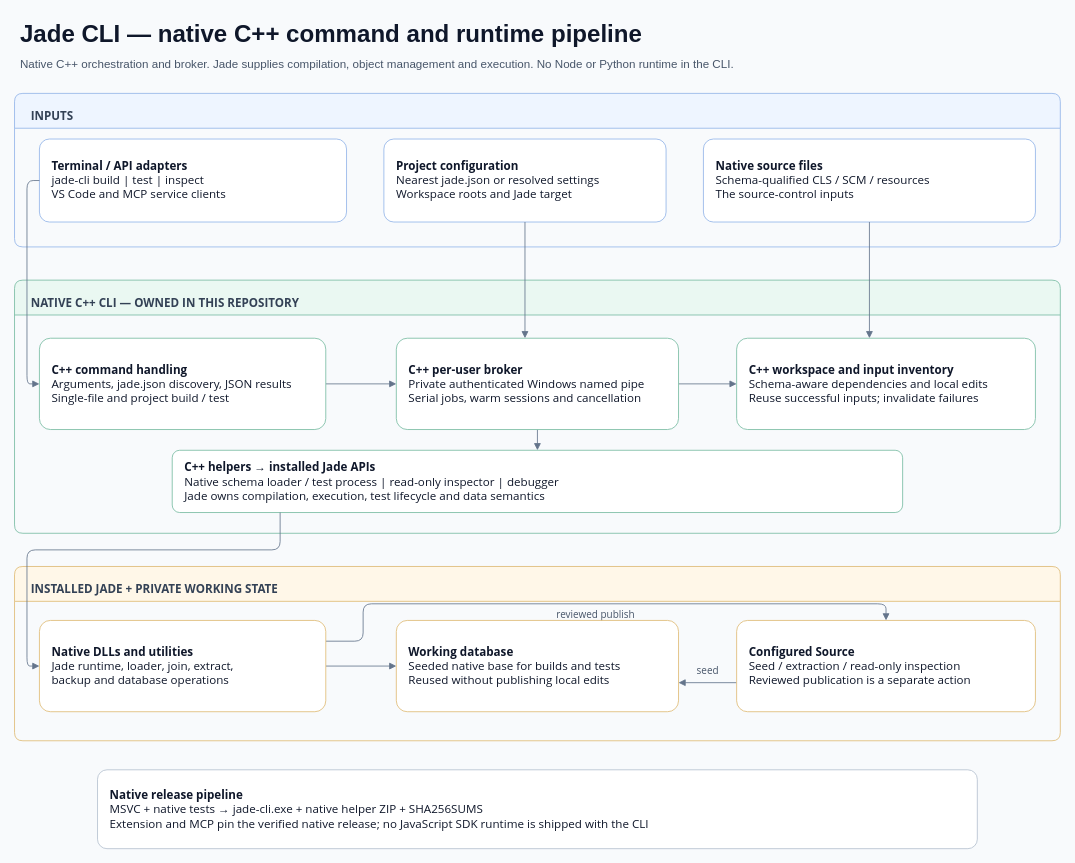
darrenhull/Jade-CLI keeps this draw.io diagram as docs/architecture.drawio. Above is the earlier version. Source tidied: cells renumbered, new cells numbered last; positions are measured from the earlier drawing's top-left corner, leaving out a move shared by most shapes. Both pictures are drawn from the tidied source at 83%, with x=0, y=0 at pixel (14, 14).
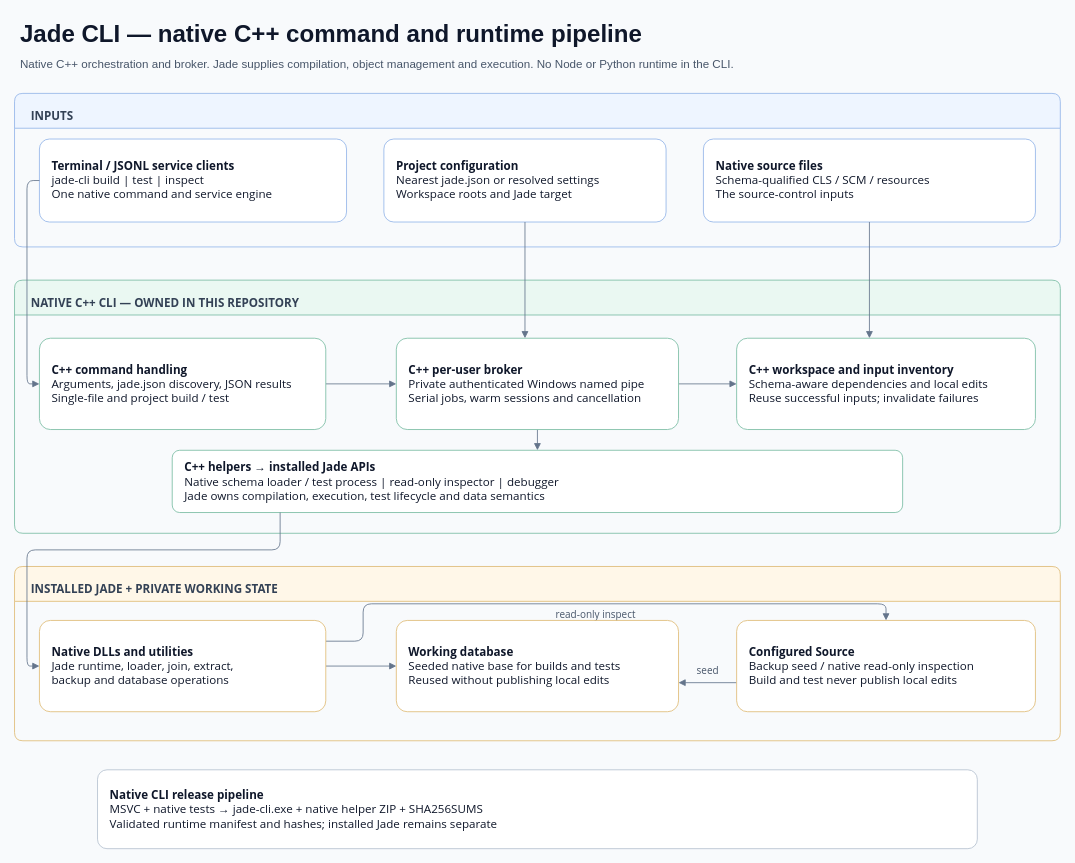
After the change.

Unchanged cells that the change refers to:
```xml
<mxCell id="4" value="INPUTS" style="swimlane;startSize=42;horizontal=1;rounded=1;arcSize=8;html=1;verticalAlign=middle;align=left;spacingTop=14;spacingLeft=18;fontSize=14;fontStyle=1;fontColor=#334155;fillColor=#eef5ff;strokeColor=#93b4e8;fontFamily=Segoe UI;" parent="1" vertex="1">
  <mxGeometry y="95" width="1260" height="185" as="geometry" />
</mxCell>
<mxCell id="6" value="INSTALLED JADE + PRIVATE WORKING STATE" style="swimlane;startSize=42;horizontal=1;rounded=1;arcSize=8;html=1;verticalAlign=middle;align=left;spacingTop=14;spacingLeft=18;fontSize=14;fontStyle=1;fontColor=#334155;fillColor=#fff7e8;strokeColor=#dfbb74;fontFamily=Segoe UI;" parent="1" vertex="1">
  <mxGeometry y="665" width="1260" height="210" as="geometry" />
</mxCell>
<mxCell id="24" value="&lt;b&gt;Native DLLs and utilities&lt;/b&gt;&lt;br&gt;Jade runtime, loader, join, extract,&lt;br&gt;backup and database operations" style="rounded=1;arcSize=12;html=1;whiteSpace=wrap;align=left;verticalAlign=middle;spacing=15;fontSize=14;fontColor=#0f172a;fillColor=#ffffff;strokeColor=#dfbb74;fontFamily=Segoe UI;" parent="6" vertex="1">
  <mxGeometry x="30" y="65" width="345" height="110" as="geometry" />
</mxCell>
```

Diff of the diagram source:
```diff
@@
-    <mxCell id="16" value="reviewed publish" style="edgeStyle=orthogonalEdgeStyle;rounded=1;html=1;endArrow=block;endFill=1;strokeColor=#64748b;fontColor=#475569;fontSize=12;exitX=1.0;exitY=0.22727272727272727;entryX=0.5;entryY=0.0;exitPerimeter=0;entryPerimeter=0;labelBackgroundColor=#f8fafc;fontFamily=Segoe UI;" parent="6" edge="1" source="24" target="26">
+    <mxCell id="16" value="read-only inspect" style="edgeStyle=orthogonalEdgeStyle;rounded=1;html=1;endArrow=block;endFill=1;strokeColor=#64748b;fontColor=#475569;fontSize=12;exitX=1.0;exitY=0.22727272727272727;entryX=0.5;entryY=0.0;exitPerimeter=0;entryPerimeter=0;labelBackgroundColor=#f8fafc;fontFamily=Segoe UI;" parent="6" edge="1" source="24" target="26">
       <mxGeometry y="-14" relative="1" as="geometry">
         <Array as="points">
           <mxPoint x="420" y="90" />
           <mxPoint x="420" y="45" />
           <mxPoint x="1050" y="45" />
         </Array>
       </mxGeometry>
     </mxCell>
-    <mxCell id="17" value="&lt;b&gt;Terminal / API adapters&lt;/b&gt;&lt;br&gt;jade-cli build | test | inspect&lt;br&gt;VS Code and MCP service clients" style="rounded=1;arcSize=12;html=1;whiteSpace=wrap;align=left;verticalAlign=middle;spacing=15;fontSize=14;fontColor=#0f172a;fillColor=#ffffff;strokeColor=#93b4e8;fontFamily=Segoe UI;" parent="4" vertex="1">
+    <mxCell id="17" value="&lt;b&gt;Terminal / JSONL service clients&lt;/b&gt;&lt;br&gt;jade-cli build | test | inspect&lt;br&gt;One native command and service engine" style="rounded=1;arcSize=12;html=1;whiteSpace=wrap;align=left;verticalAlign=middle;spacing=15;fontSize=14;fontColor=#0f172a;fillColor=#ffffff;strokeColor=#93b4e8;fontFamily=Segoe UI;" parent="4" vertex="1">
       <mxGeometry x="30" y="55" width="370" height="100" as="geometry" />
     </mxCell>
@@
-    <mxCell id="26" value="&lt;b&gt;Configured Source&lt;/b&gt;&lt;br&gt;Seed / extraction / read-only inspection&lt;br&gt;Reviewed publication is a separate action" style="rounded=1;arcSize=12;html=1;whiteSpace=wrap;align=left;verticalAlign=middle;spacing=15;fontSize=14;fontColor=#0f172a;fillColor=#ffffff;strokeColor=#dfbb74;fontFamily=Segoe UI;" parent="6" vertex="1">
+    <mxCell id="26" value="&lt;b&gt;Configured Source&lt;/b&gt;&lt;br&gt;Backup seed / native read-only inspection&lt;br&gt;Build and test never publish local edits" style="rounded=1;arcSize=12;html=1;whiteSpace=wrap;align=left;verticalAlign=middle;spacing=15;fontSize=14;fontColor=#0f172a;fillColor=#ffffff;strokeColor=#dfbb74;fontFamily=Segoe UI;" parent="6" vertex="1">
       <mxGeometry x="870" y="65" width="360" height="110" as="geometry" />
     </mxCell>
-    <mxCell id="27" value="&lt;b&gt;Native release pipeline&lt;/b&gt;&lt;br&gt;MSVC + native tests → jade-cli.exe + native helper ZIP + SHA256SUMS&lt;br&gt;Extension and MCP pin the verified native release; no JavaScript SDK runtime is shipped with the CLI" style="rounded=1;arcSize=12;html=1;whiteSpace=wrap;align=left;verticalAlign=middle;spacing=15;fontSize=14;fontColor=#0f172a;fillColor=#ffffff;strokeColor=#b5c1cf;fontFamily=Segoe UI;" parent="1" vertex="1">
+    <mxCell id="27" value="&lt;b&gt;Native CLI release pipeline&lt;/b&gt;&lt;br&gt;MSVC + native tests → jade-cli.exe + native helper ZIP + SHA256SUMS&lt;br&gt;Validated runtime manifest and hashes; installed Jade remains separate" style="rounded=1;arcSize=12;html=1;whiteSpace=wrap;align=left;verticalAlign=middle;spacing=15;fontSize=14;fontColor=#0f172a;fillColor=#ffffff;strokeColor=#b5c1cf;fontFamily=Segoe UI;" parent="1" vertex="1">
       <mxGeometry x="100" y="910" width="1060" height="95" as="geometry" />
     </mxCell>
```
